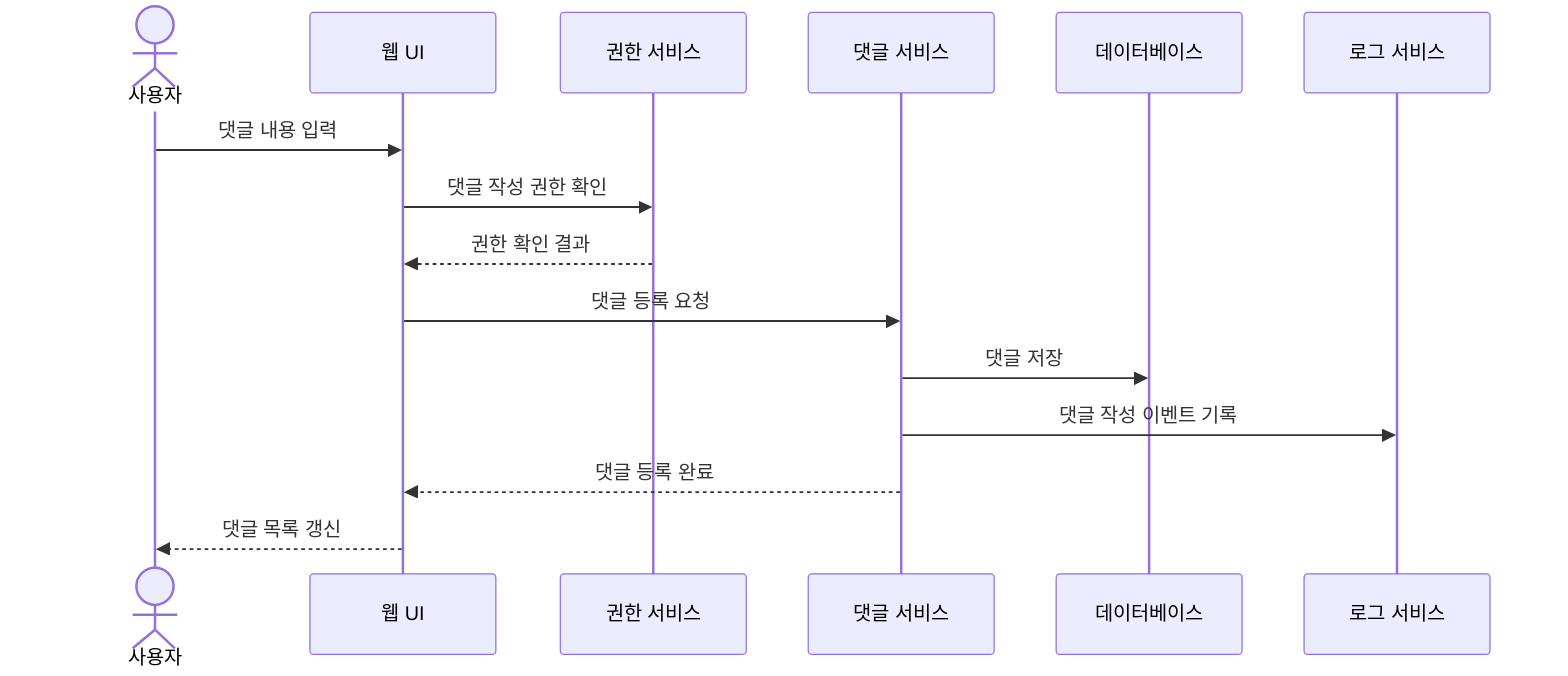
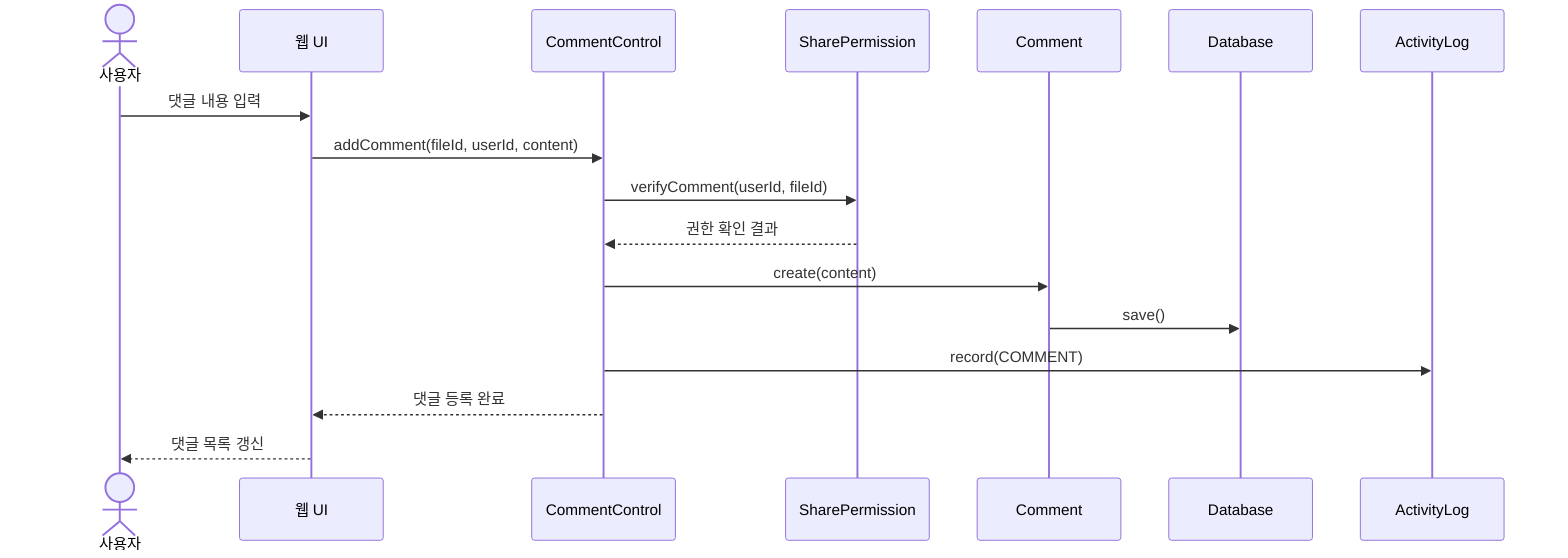
sequenceDiagram
    actor 사용자
    participant UI as 웹 UI
-     participant Auth as 권한 서비스
-     participant CommentSvc as 댓글 서비스
-     participant DB as 데이터베이스
-     participant Log as 로그 서비스
+     participant Ctrl as CommentControl
+     participant Perm as SharePermission
+     participant Cmt as Comment
+     participant DB as Database
+     participant Log as ActivityLog

    사용자->>UI: 댓글 내용 입력
-     UI->>Auth: 댓글 작성 권한 확인
-     Auth-->>UI: 권한 확인 결과
-     UI->>CommentSvc: 댓글 등록 요청
-     CommentSvc->>DB: 댓글 저장
-     CommentSvc->>Log: 댓글 작성 이벤트 기록
-     CommentSvc-->>UI: 댓글 등록 완료
+     UI->>Ctrl: addComment(fileId, userId, content)
+     Ctrl->>Perm: verifyComment(userId, fileId)
+     Perm-->>Ctrl: 권한 확인 결과
+     Ctrl->>Cmt: create(content)
+     Cmt->>DB: save()
+     Ctrl->>Log: record(COMMENT)
+     Ctrl-->>UI: 댓글 등록 완료
    UI-->>사용자: 댓글 목록 갱신
